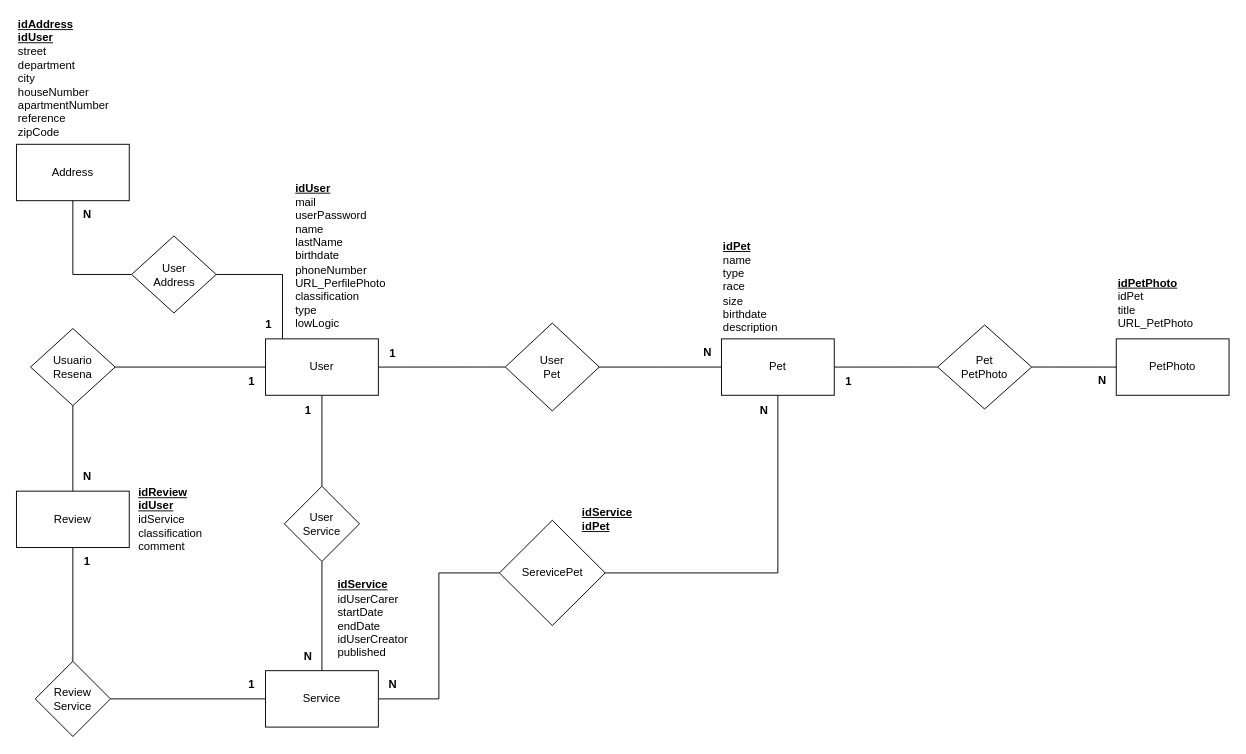
The draw.io diagram documentacion/MER_PetSafe.drawio in YolausGG/PetSafe, before the edit. Source tidied: cells renumbered, new cells numbered last; positions are measured from the earlier drawing's top-left corner, leaving out a move shared by most shapes. Both pictures are drawn from the tidied source at 94%, with x=0, y=0 at pixel (16, 15).
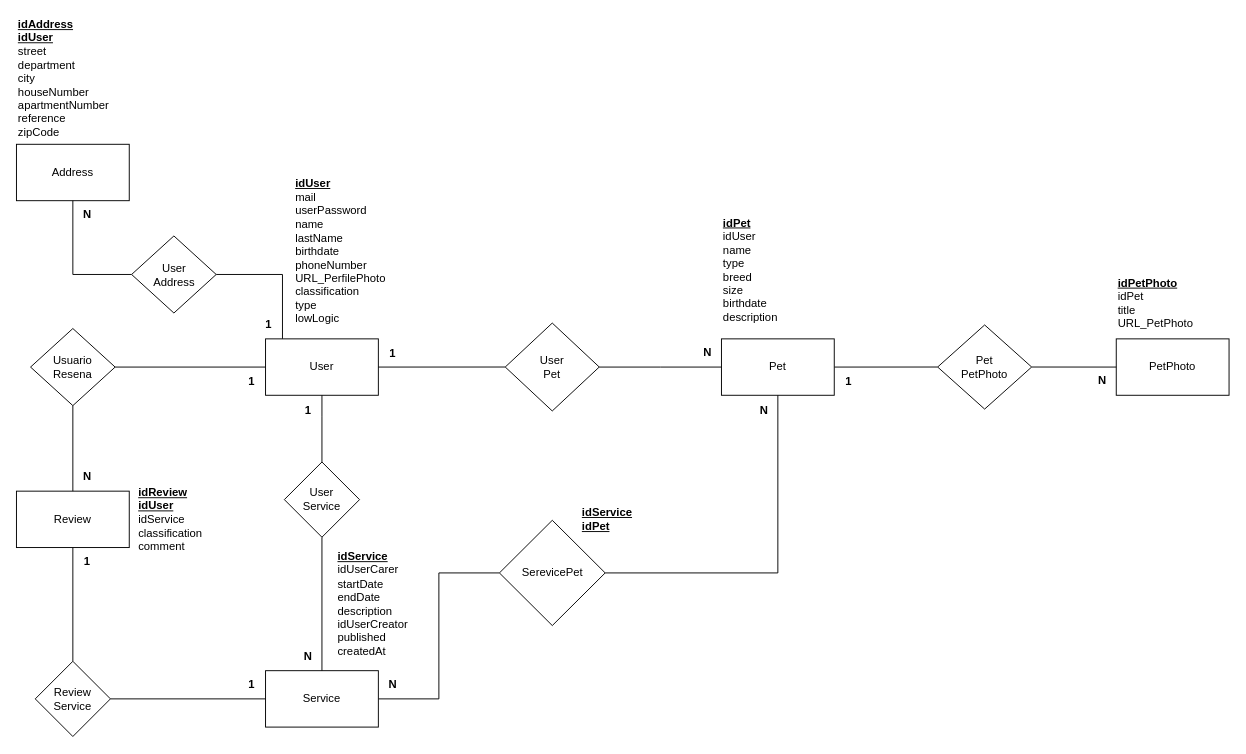
The same page after the edit.

What changed in the source:
```diff
@@
     <mxCell id="10" value="User&lt;div&gt;Service&lt;/div&gt;" style="rhombus;whiteSpace=wrap;html=1;" parent="1" vertex="1">
-      <mxGeometry x="285" y="500.8" width="80" height="80" as="geometry" />
+      <mxGeometry x="285" y="475" width="80" height="80" as="geometry" />
     </mxCell>
@@
-    <mxCell id="16" value="&lt;b style=&quot;border-color: var(--border-color); text-align: center;&quot;&gt;&lt;u style=&quot;border-color: var(--border-color);&quot;&gt;&lt;font style=&quot;border-color: var(--border-color);&quot;&gt;idPet&lt;/font&gt;&lt;/u&gt;&lt;/b&gt;&lt;span style=&quot;font-weight: normal;&quot;&gt;&lt;br&gt;name&lt;/span&gt;&lt;div&gt;&lt;span style=&quot;font-weight: normal;&quot;&gt;type&lt;br&gt;race&lt;br&gt;&lt;/span&gt;&lt;div&gt;&lt;span style=&quot;font-weight: 400;&quot;&gt;size&lt;/span&gt;&lt;/div&gt;&lt;div&gt;&lt;span style=&quot;font-weight: 400;&quot;&gt;birthdate&lt;/span&gt;&lt;/div&gt;&lt;div&gt;&lt;span style=&quot;font-weight: normal;&quot;&gt;description&lt;br&gt;&lt;/span&gt;&lt;/div&gt;&lt;/div&gt;" style="text;html=1;strokeColor=none;fillColor=none;align=left;verticalAlign=middle;whiteSpace=wrap;rounded=0;fontStyle=1;" parent="1" vertex="1">
-      <mxGeometry x="750" y="234.5" width="100" height="108.8" as="geometry" />
+    <mxCell id="16" value="&lt;span style=&quot;border-color: var(--border-color); text-align: center;&quot;&gt;&lt;u style=&quot;border-color: var(--border-color);&quot;&gt;&lt;font style=&quot;border-color: var(--border-color);&quot;&gt;idPet&lt;/font&gt;&lt;/u&gt;&lt;/span&gt;&lt;div&gt;&lt;span style=&quot;text-align: center; background-color: transparent; color: light-dark(rgb(0, 0, 0), rgb(255, 255, 255)); font-weight: normal;&quot;&gt;idUser&lt;/span&gt;&lt;div&gt;&lt;span style=&quot;font-weight: normal;&quot;&gt;name&lt;/span&gt;&lt;div&gt;&lt;span style=&quot;font-weight: normal;&quot;&gt;type&lt;br&gt;&lt;/span&gt;&lt;div&gt;&lt;span style=&quot;font-weight: 400;&quot;&gt;breed&lt;/span&gt;&lt;/div&gt;&lt;div&gt;&lt;span style=&quot;font-weight: 400;&quot;&gt;size&lt;/span&gt;&lt;/div&gt;&lt;div&gt;&lt;span style=&quot;font-weight: 400;&quot;&gt;birthdate&lt;/span&gt;&lt;/div&gt;&lt;div&gt;&lt;span style=&quot;font-weight: normal;&quot;&gt;description&lt;br&gt;&lt;/span&gt;&lt;/div&gt;&lt;/div&gt;&lt;/div&gt;&lt;/div&gt;" style="text;html=1;strokeColor=none;fillColor=none;align=left;verticalAlign=middle;whiteSpace=wrap;rounded=0;fontStyle=1;" parent="1" vertex="1">
+      <mxGeometry x="750" y="207" width="100" height="128.8" as="geometry" />
     </mxCell>
     <mxCell id="17" value="&lt;u&gt;idUser&lt;/u&gt;&lt;br&gt;&lt;span style=&quot;font-weight: normal;&quot;&gt;mail&lt;br&gt;userPassword&lt;/span&gt;&lt;br&gt;&lt;span style=&quot;font-weight: 400;&quot;&gt;name&lt;br&gt;lastName&lt;/span&gt;&lt;br&gt;&lt;span style=&quot;font-weight: 400;&quot;&gt;birthdate&lt;/span&gt;&lt;br&gt;&lt;span style=&quot;font-weight: 400;&quot;&gt;phoneNumber&lt;/span&gt;&lt;br&gt;&lt;div&gt;&lt;span style=&quot;font-weight: 400;&quot;&gt;URL_PerfilePhoto&lt;/span&gt;&lt;/div&gt;&lt;div&gt;&lt;span style=&quot;font-weight: normal;&quot;&gt;classification&lt;br&gt;type&lt;/span&gt;&lt;br&gt;&lt;div style=&quot;font-weight: normal;&quot;&gt;&lt;/div&gt;&lt;/div&gt;&lt;div&gt;&lt;span style=&quot;font-weight: normal;&quot;&gt;lowLogic&lt;/span&gt;&lt;/div&gt;" style="text;html=1;strokeColor=none;fillColor=none;align=left;verticalAlign=middle;whiteSpace=wrap;rounded=0;fontStyle=1;" parent="1" vertex="1">
-      <mxGeometry x="295" y="177" width="115" height="158.8" as="geometry" />
+      <mxGeometry x="295" y="167" width="115" height="168.8" as="geometry" />
     </mxCell>
@@
-    <mxCell id="36" value="&lt;b style=&quot;border-color: var(--border-color); text-align: center;&quot;&gt;&lt;u style=&quot;border-color: var(--border-color);&quot;&gt;&lt;font style=&quot;border-color: var(--border-color);&quot;&gt;idService&lt;/font&gt;&lt;/u&gt;&lt;/b&gt;&lt;span style=&quot;font-weight: normal;&quot;&gt;&lt;br&gt;idUserCarer&lt;/span&gt;&lt;div&gt;&lt;span style=&quot;font-weight: 400;&quot;&gt;startDate&lt;/span&gt;&lt;/div&gt;&lt;div&gt;&lt;span style=&quot;font-weight: 400;&quot;&gt;endDate&lt;/span&gt;&lt;/div&gt;&lt;div&gt;&lt;span style=&quot;font-weight: 400;&quot;&gt;idUserCreator&lt;/span&gt;&lt;/div&gt;&lt;div&gt;&lt;span style=&quot;font-weight: 400;&quot;&gt;published&lt;/span&gt;&lt;/div&gt;" style="text;html=1;strokeColor=none;fillColor=none;align=left;verticalAlign=middle;whiteSpace=wrap;rounded=0;fontStyle=1;" parent="1" vertex="1">
-      <mxGeometry x="340" y="597" width="90" height="90" as="geometry" />
+    <mxCell id="36" value="&lt;b style=&quot;border-color: var(--border-color); text-align: center;&quot;&gt;&lt;u style=&quot;border-color: var(--border-color);&quot;&gt;&lt;font style=&quot;border-color: var(--border-color);&quot;&gt;idService&lt;/font&gt;&lt;/u&gt;&lt;/b&gt;&lt;span style=&quot;font-weight: normal;&quot;&gt;&lt;br&gt;idUserCarer&lt;/span&gt;&lt;div&gt;&lt;span style=&quot;font-weight: 400;&quot;&gt;startDate&lt;/span&gt;&lt;/div&gt;&lt;div&gt;&lt;span style=&quot;font-weight: 400;&quot;&gt;endDate&lt;/span&gt;&lt;/div&gt;&lt;div&gt;&lt;span style=&quot;font-weight: 400;&quot;&gt;description&lt;/span&gt;&lt;/div&gt;&lt;div&gt;&lt;span style=&quot;font-weight: 400;&quot;&gt;idUserCreator&lt;/span&gt;&lt;/div&gt;&lt;div&gt;&lt;span style=&quot;font-weight: 400;&quot;&gt;published&lt;/span&gt;&lt;/div&gt;&lt;div&gt;&lt;span style=&quot;font-weight: 400;&quot;&gt;createdAt&lt;/span&gt;&lt;/div&gt;" style="text;html=1;strokeColor=none;fillColor=none;align=left;verticalAlign=middle;whiteSpace=wrap;rounded=0;fontStyle=1;" parent="1" vertex="1">
+      <mxGeometry x="340" y="566" width="90" height="120" as="geometry" />
     </mxCell>
```
